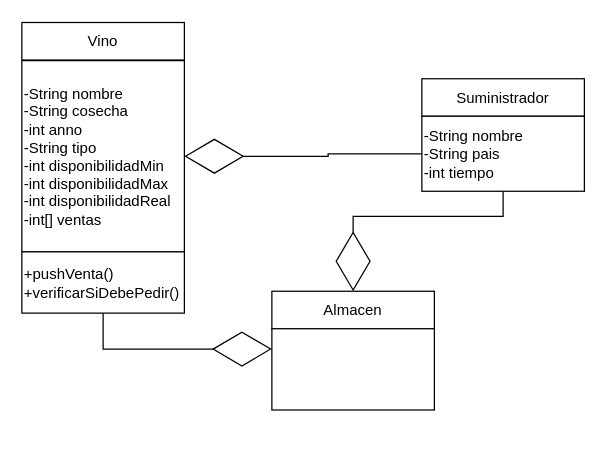
Before: temaUnoEjercicioDos/Ejercicio2.drawio in 20170945/ST-ISC-212, a draw.io diagram. Source tidied: cells renumbered, new cells numbered last; positions are measured from the earlier drawing's top-left corner, leaving out a move shared by most shapes. Both pictures are drawn from the tidied source at 125%, with x=0, y=0 at pixel (21, 22).
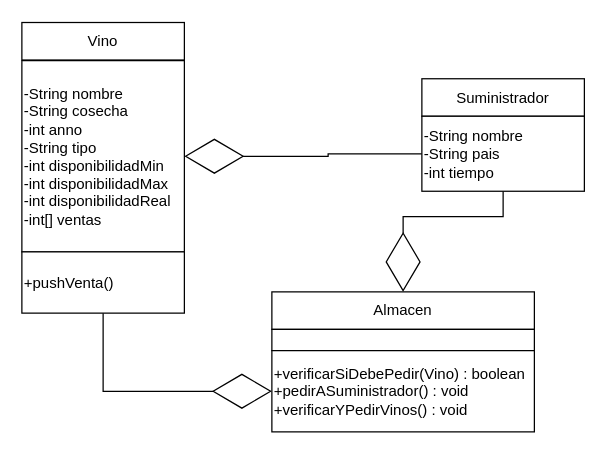
The same diagram, later.

Diff of the diagram source:
```diff
@@
 <mxGraphModel>
   <root>
     <mxCell id="0" />
     <mxCell id="1" parent="0" />
     <mxCell id="2" value="Vino" style="rounded=0;whiteSpace=wrap;html=1;" parent="1" vertex="1">
       <mxGeometry y="-0.5" width="130" height="30" as="geometry" />
     </mxCell>
-    <mxCell id="3" style="edgeStyle=orthogonalEdgeStyle;rounded=0;jettySize=auto;html=1;exitX=0.5;exitY=1;exitDx=0;exitDy=0;entryX=0;entryY=0.25;entryDx=0;entryDy=0;endArrow=diamondThin;endFill=0;endSize=45;strokeColor=#000000;" parent="1" edge="1" source="11" target="10">
+    <mxCell id="3" style="edgeStyle=orthogonalEdgeStyle;rounded=0;jettySize=auto;html=1;exitX=0.5;exitY=1;exitDx=0;exitDy=0;entryX=0;entryY=0.5;entryDx=0;entryDy=0;endArrow=diamondThin;endFill=0;endSize=45;strokeColor=#000000;" parent="1" edge="1" source="11" target="12">
       <mxGeometry relative="1" as="geometry" />
     </mxCell>
     <mxCell id="4" value="-String nombre&lt;br&gt;-String cosecha&lt;br&gt;-int anno&lt;br&gt;-String tipo&lt;br&gt;-int disponibilidadMin&lt;br&gt;-int disponibilidadMax&lt;br&gt;-int disponibilidadReal&lt;br&gt;-int[] ventas" style="rounded=0;whiteSpace=wrap;html=1;align=left;" parent="1" vertex="1">
       <mxGeometry y="30" width="130" height="153" as="geometry" />
     </mxCell>
     <mxCell id="5" value="Suministrador" style="rounded=0;whiteSpace=wrap;html=1;" parent="1" vertex="1">
       <mxGeometry x="320" y="44.5" width="130" height="30" as="geometry" />
     </mxCell>
     <mxCell id="6" style="edgeStyle=orthogonalEdgeStyle;rounded=0;jettySize=auto;html=1;exitX=0.5;exitY=1;exitDx=0;exitDy=0;entryX=0.5;entryY=0;entryDx=0;entryDy=0;endArrow=diamondThin;endFill=0;endSize=45;strokeColor=#000000;" parent="1" edge="1" source="8" target="9">
       <mxGeometry relative="1" as="geometry" />
     </mxCell>
     <mxCell id="7" style="edgeStyle=orthogonalEdgeStyle;rounded=0;jettySize=auto;html=1;exitX=0;exitY=0.5;exitDx=0;exitDy=0;entryX=1;entryY=0.5;entryDx=0;entryDy=0;endArrow=diamondThin;endFill=0;endSize=45;" parent="1" edge="1" source="8" target="4">
       <mxGeometry relative="1" as="geometry" />
     </mxCell>
     <mxCell id="8" value="-String nombre&lt;br&gt;-String pais&lt;br&gt;-int tiempo" style="rounded=0;whiteSpace=wrap;html=1;align=left;" parent="1" vertex="1">
       <mxGeometry x="320" y="74.5" width="130" height="60" as="geometry" />
     </mxCell>
     <mxCell id="9" value="Almacen" style="rounded=0;whiteSpace=wrap;html=1;" parent="1" vertex="1">
-      <mxGeometry x="200" y="214.5" width="130" height="30" as="geometry" />
+      <mxGeometry x="200" y="215" width="210" height="30" as="geometry" />
     </mxCell>
     <mxCell id="10" style="rounded=0;whiteSpace=wrap;html=1;align=left;" parent="1" vertex="1">
-      <mxGeometry x="200" y="244.5" width="130" height="65" as="geometry" />
+      <mxGeometry x="200" y="245" width="210" height="17" as="geometry" />
     </mxCell>
-    <mxCell id="11" value="+pushVenta()&lt;br&gt;+verificarSiDebePedir()" style="rounded=0;whiteSpace=wrap;html=1;align=left;" parent="1" vertex="1">
+    <mxCell id="11" value="+pushVenta()" style="rounded=0;whiteSpace=wrap;html=1;align=left;" parent="1" vertex="1">
       <mxGeometry y="183" width="130" height="49" as="geometry" />
     </mxCell>
+    <mxCell id="12" value="+verificarSiDebePedir(Vino) : boolean&lt;br&gt;+pedirASuministrador() : void&lt;br&gt;+verificarYPedirVinos() : void" style="rounded=0;whiteSpace=wrap;html=1;align=left;" parent="1" vertex="1">
+      <mxGeometry x="200" y="262" width="210" height="65" as="geometry" />
+    </mxCell>
   </root>
 </mxGraphModel>
```
